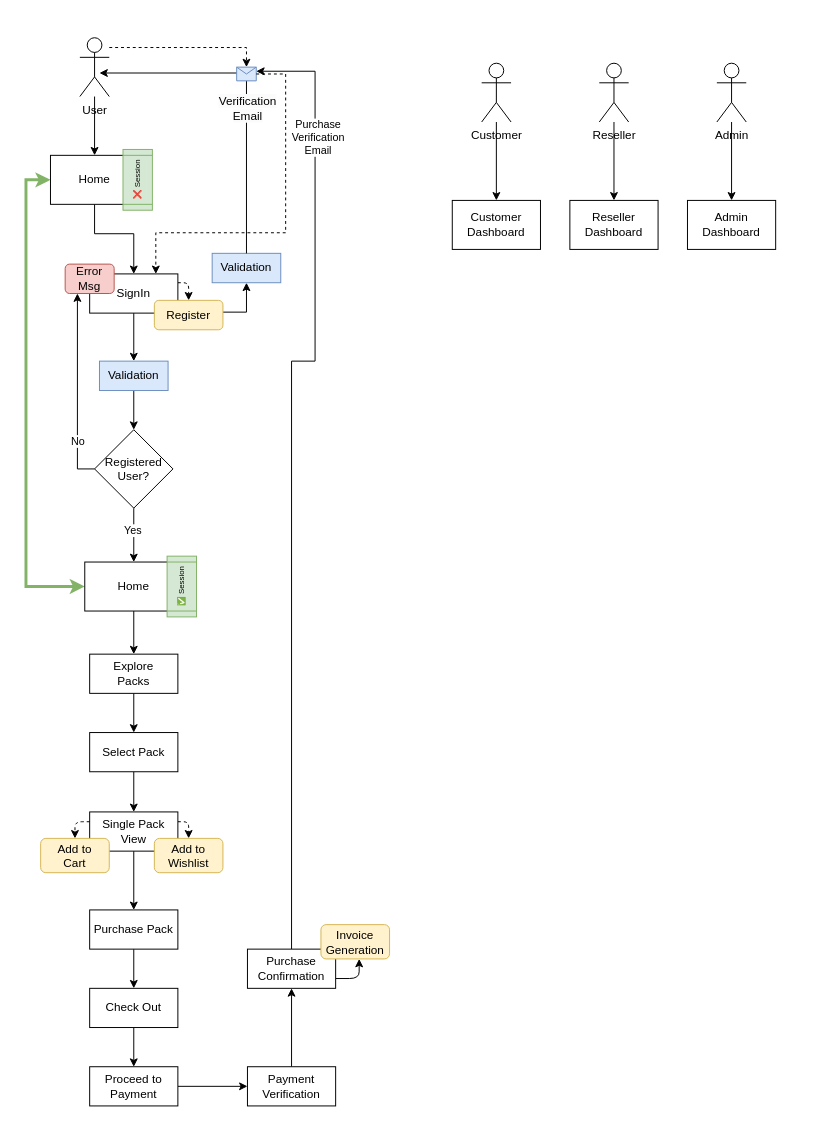
Above: NovaTop.drawio in UpekHansaja/draw.io (draw.io), before the change. Source tidied: cells renumbered, new cells numbered last; positions are measured from the earlier drawing's top-left corner, leaving out a move shared by most shapes. Both pictures are drawn from the tidied source at 98%, with x=0, y=0 at pixel (25, 37).
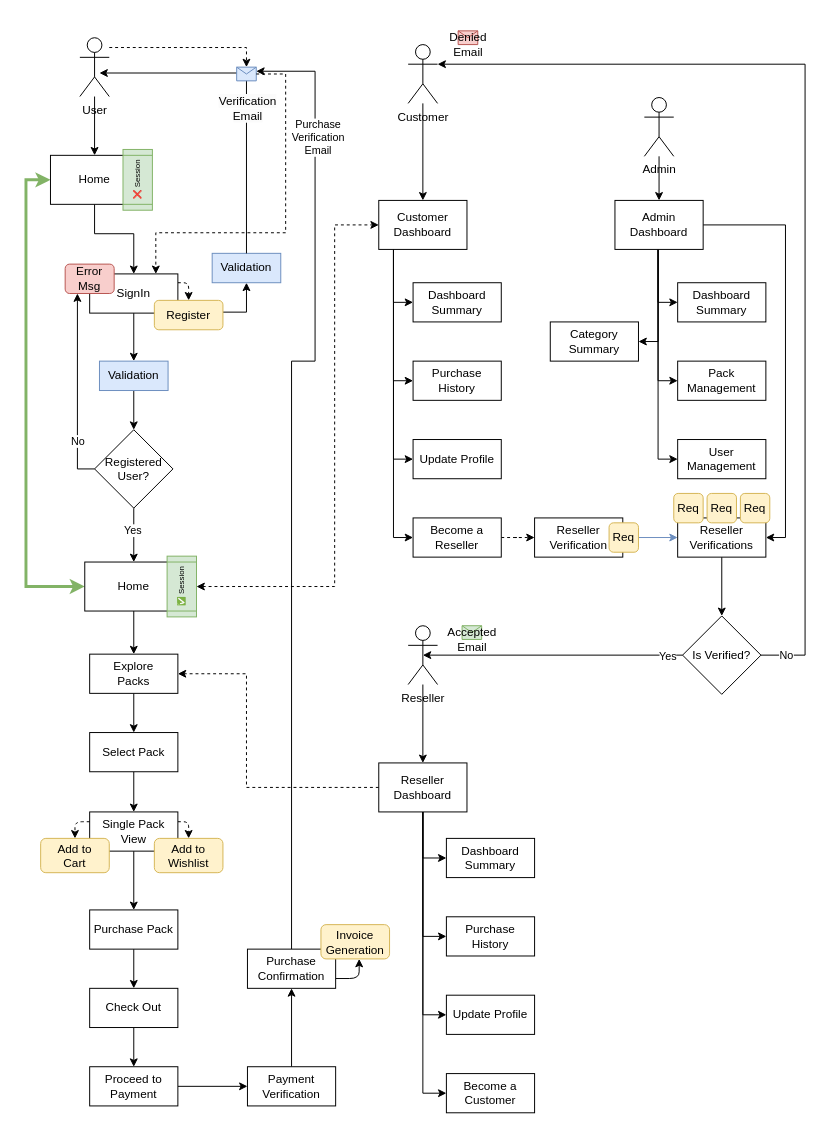
The same diagram, later.

Unchanged cells that the change refers to:
```xml
<mxCell id="15" style="endArrow=classic;html=1;rounded=0;exitX=0.5;exitY=0;exitDx=0;exitDy=0;" parent="1" edge="1" source="14">
  <mxGeometry relative="1" as="geometry">
    <mxPoint x="75" y="36" as="targetPoint" />
    <Array as="points">
      <mxPoint x="225" y="36" />
    </Array>
  </mxGeometry>
</mxCell>
<mxCell id="34" value="&lt;p style=&quot;line-height: 70%;&quot;&gt;&lt;font style=&quot;font-size: 8px;&quot;&gt;✅ Session&lt;/font&gt;&lt;/p&gt;" style="shape=process;whiteSpace=wrap;html=1;backgroundOutline=1;fillColor=#d5e8d4;strokeColor=#82b366;rotation=-90;" parent="1" vertex="1">
  <mxGeometry x="128" y="545" width="62" height="30" as="geometry" />
</mxCell>
<mxCell id="40" value="Explore&lt;div&gt;Packs&lt;/div&gt;" style="rounded=0;whiteSpace=wrap;html=1;" parent="1" vertex="1">
  <mxGeometry x="65" y="629" width="90" height="40" as="geometry" />
</mxCell>
```

Diff of the diagram source:
```diff
@@
     <mxCell id="6" value="Reseller" style="shape=umlActor;verticalLabelPosition=bottom;verticalAlign=top;html=1;outlineConnect=0;" parent="1" vertex="1">
-      <mxGeometry x="585" y="26" width="30" height="60" as="geometry" />
+      <mxGeometry x="390" y="600" width="30" height="60" as="geometry" />
     </mxCell>
@@
     <mxCell id="8" value="Admin" style="shape=umlActor;verticalLabelPosition=bottom;verticalAlign=top;html=1;outlineConnect=0;" parent="1" vertex="1">
-      <mxGeometry x="705" y="26" width="30" height="60" as="geometry" />
+      <mxGeometry x="631" y="61" width="30" height="60" as="geometry" />
     </mxCell>
@@
+    <mxCell id="62" value="&lt;div&gt;&lt;br&gt;&lt;/div&gt;Accepted&lt;div&gt;Email&lt;/div&gt;" style="shape=message;html=1;fillColor=#d5e8d4;strokeColor=#82b366;" parent="15" vertex="1">
+      <mxGeometry width="20" height="14" relative="1" as="geometry">
+        <mxPoint x="220" y="547" as="offset" />
+      </mxGeometry>
+    </mxCell>
+    <mxCell id="63" value="&lt;div&gt;&lt;br&gt;&lt;/div&gt;Denied&lt;br&gt;&lt;div&gt;Email&lt;/div&gt;" style="shape=message;html=1;fillColor=#f8cecc;strokeColor=#b85450;" parent="15" vertex="1">
+      <mxGeometry width="20" height="14" relative="1" as="geometry">
+        <mxPoint x="216" y="-60" as="offset" />
+      </mxGeometry>
+    </mxCell>
@@
+    <mxCell id="64" style="edgeStyle=orthogonalEdgeStyle;rounded=0;jettySize=auto;html=1;entryX=0;entryY=0.5;entryDx=0;entryDy=0;" parent="1" edge="1" source="32" target="79">
+      <mxGeometry relative="1" as="geometry">
+        <Array as="points">
+          <mxPoint x="375" y="270" />
+        </Array>
+      </mxGeometry>
+    </mxCell>
+    <mxCell id="65" style="edgeStyle=orthogonalEdgeStyle;rounded=0;jettySize=auto;html=1;entryX=0;entryY=0.5;entryDx=0;entryDy=0;" parent="1" edge="1" source="32" target="80">
+      <mxGeometry relative="1" as="geometry">
+        <Array as="points">
+          <mxPoint x="375" y="350" />
+        </Array>
+      </mxGeometry>
+    </mxCell>
+    <mxCell id="66" style="edgeStyle=orthogonalEdgeStyle;rounded=0;jettySize=auto;html=1;entryX=0;entryY=0.5;entryDx=0;entryDy=0;" parent="1" edge="1" source="32" target="81">
+      <mxGeometry relative="1" as="geometry">
+        <Array as="points">
+          <mxPoint x="375" y="430" />
+        </Array>
+      </mxGeometry>
+    </mxCell>
+    <mxCell id="67" style="edgeStyle=orthogonalEdgeStyle;rounded=0;jettySize=auto;html=1;entryX=0;entryY=0.5;entryDx=0;entryDy=0;" parent="1" edge="1" source="32" target="83">
+      <mxGeometry relative="1" as="geometry">
+        <Array as="points">
+          <mxPoint x="375" y="510" />
+        </Array>
+      </mxGeometry>
+    </mxCell>
     <mxCell id="32" value="Customer&lt;div&gt;Dashboard&lt;/div&gt;" style="rounded=0;whiteSpace=wrap;html=1;" parent="1" vertex="1">
-      <mxGeometry x="435" y="166" width="90" height="50" as="geometry" />
+      <mxGeometry x="360" y="166" width="90" height="50" as="geometry" />
     </mxCell>
@@
+    <mxCell id="68" style="edgeStyle=orthogonalEdgeStyle;rounded=0;jettySize=auto;html=1;entryX=0;entryY=0.5;entryDx=0;entryDy=0;startArrow=classic;startFill=1;dashed=1;" parent="1" edge="1" source="34" target="32">
+      <mxGeometry relative="1" as="geometry">
+        <Array as="points">
+          <mxPoint x="315" y="560" />
+          <mxPoint x="315" y="191" />
+        </Array>
+      </mxGeometry>
+    </mxCell>
@@
     <mxCell id="36" value="Customer" style="shape=umlActor;verticalLabelPosition=bottom;verticalAlign=top;html=1;outlineConnect=0;" parent="1" vertex="1">
-      <mxGeometry x="465" y="26" width="30" height="60" as="geometry" />
+      <mxGeometry x="390" y="7" width="30" height="60" as="geometry" />
     </mxCell>
+    <mxCell id="69" style="edgeStyle=orthogonalEdgeStyle;rounded=0;jettySize=auto;html=1;entryX=1;entryY=0.5;entryDx=0;entryDy=0;dashed=1;" parent="1" edge="1" source="37" target="40">
+      <mxGeometry relative="1" as="geometry">
+        <Array as="points">
+          <mxPoint x="225" y="765" />
+          <mxPoint x="225" y="649" />
+        </Array>
+      </mxGeometry>
+    </mxCell>
+    <mxCell id="70" style="edgeStyle=orthogonalEdgeStyle;rounded=0;jettySize=auto;html=1;entryX=0;entryY=0.5;entryDx=0;entryDy=0;" parent="1" edge="1" source="37" target="101">
+      <mxGeometry relative="1" as="geometry" />
+    </mxCell>
+    <mxCell id="71" style="edgeStyle=orthogonalEdgeStyle;rounded=0;jettySize=auto;html=1;entryX=0;entryY=0.5;entryDx=0;entryDy=0;" parent="1" edge="1" source="37" target="102">
+      <mxGeometry relative="1" as="geometry" />
+    </mxCell>
+    <mxCell id="72" style="edgeStyle=orthogonalEdgeStyle;rounded=0;jettySize=auto;html=1;entryX=0;entryY=0.5;entryDx=0;entryDy=0;" parent="1" edge="1" source="37" target="103">
+      <mxGeometry relative="1" as="geometry" />
+    </mxCell>
+    <mxCell id="73" style="edgeStyle=orthogonalEdgeStyle;rounded=0;jettySize=auto;html=1;entryX=0;entryY=0.5;entryDx=0;entryDy=0;" parent="1" edge="1" source="37" target="104">
+      <mxGeometry relative="1" as="geometry" />
+    </mxCell>
     <mxCell id="37" value="Reseller&lt;div&gt;Dashboard&lt;/div&gt;" style="rounded=0;whiteSpace=wrap;html=1;" parent="1" vertex="1">
-      <mxGeometry x="555" y="166" width="90" height="50" as="geometry" />
+      <mxGeometry x="360" y="740" width="90" height="50" as="geometry" />
     </mxCell>
+    <mxCell id="74" style="edgeStyle=orthogonalEdgeStyle;rounded=0;jettySize=auto;html=1;entryX=0;entryY=0.5;entryDx=0;entryDy=0;" parent="1" edge="1" source="38" target="86">
+      <mxGeometry relative="1" as="geometry">
+        <Array as="points">
+          <mxPoint x="645" y="270" />
+        </Array>
+      </mxGeometry>
+    </mxCell>
+    <mxCell id="75" style="edgeStyle=orthogonalEdgeStyle;rounded=0;jettySize=auto;html=1;entryX=0;entryY=0.5;entryDx=0;entryDy=0;" parent="1" edge="1" source="38" target="87">
+      <mxGeometry relative="1" as="geometry">
+        <Array as="points">
+          <mxPoint x="645" y="350" />
+        </Array>
+      </mxGeometry>
+    </mxCell>
+    <mxCell id="76" style="edgeStyle=orthogonalEdgeStyle;rounded=0;jettySize=auto;html=1;entryX=0;entryY=0.5;entryDx=0;entryDy=0;" parent="1" edge="1" source="38" target="88">
+      <mxGeometry relative="1" as="geometry">
+        <Array as="points">
+          <mxPoint x="645" y="430" />
+        </Array>
+      </mxGeometry>
+    </mxCell>
+    <mxCell id="77" style="edgeStyle=orthogonalEdgeStyle;rounded=0;jettySize=auto;html=1;entryX=1;entryY=0.5;entryDx=0;entryDy=0;" parent="1" edge="1" source="38" target="90">
+      <mxGeometry relative="1" as="geometry">
+        <Array as="points">
+          <mxPoint x="775" y="191" />
+          <mxPoint x="775" y="510" />
+        </Array>
+      </mxGeometry>
+    </mxCell>
+    <mxCell id="78" style="edgeStyle=orthogonalEdgeStyle;rounded=0;jettySize=auto;html=1;entryX=1;entryY=0.5;entryDx=0;entryDy=0;" parent="1" edge="1" source="38" target="100">
+      <mxGeometry relative="1" as="geometry">
+        <Array as="points">
+          <mxPoint x="645" y="310" />
+        </Array>
+      </mxGeometry>
+    </mxCell>
     <mxCell id="38" value="Admin&lt;div&gt;Dashboard&lt;/div&gt;" style="rounded=0;whiteSpace=wrap;html=1;" parent="1" vertex="1">
-      <mxGeometry x="675" y="166" width="90" height="50" as="geometry" />
+      <mxGeometry x="601" y="166" width="90" height="50" as="geometry" />
     </mxCell>
@@
+    <mxCell id="79" value="Dashboard Summary" style="rounded=0;whiteSpace=wrap;html=1;" parent="1" vertex="1">
+      <mxGeometry x="395" y="250" width="90" height="40" as="geometry" />
+    </mxCell>
+    <mxCell id="80" value="Purchase&lt;div&gt;History&lt;/div&gt;" style="rounded=0;whiteSpace=wrap;html=1;" parent="1" vertex="1">
+      <mxGeometry x="395" y="330" width="90" height="40" as="geometry" />
+    </mxCell>
+    <mxCell id="81" value="Update Profile" style="rounded=0;whiteSpace=wrap;html=1;" parent="1" vertex="1">
+      <mxGeometry x="395" y="410" width="90" height="40" as="geometry" />
+    </mxCell>
+    <mxCell id="82" style="edgeStyle=orthogonalEdgeStyle;rounded=0;jettySize=auto;html=1;dashed=1;" parent="1" edge="1" source="83" target="85">
+      <mxGeometry relative="1" as="geometry" />
+    </mxCell>
+    <mxCell id="83" value="Become a Reseller" style="rounded=0;whiteSpace=wrap;html=1;" parent="1" vertex="1">
+      <mxGeometry x="395" y="490" width="90" height="40" as="geometry" />
+    </mxCell>
+    <mxCell id="84" style="edgeStyle=orthogonalEdgeStyle;rounded=0;jettySize=auto;html=1;entryX=0;entryY=0.5;entryDx=0;entryDy=0;fillColor=#dae8fc;strokeColor=#6c8ebf;" parent="1" edge="1" source="85" target="90">
+      <mxGeometry relative="1" as="geometry" />
+    </mxCell>
+    <mxCell id="85" value="Reseller Verification" style="rounded=0;whiteSpace=wrap;html=1;" parent="1" vertex="1">
+      <mxGeometry x="519" y="490" width="90" height="40" as="geometry" />
+    </mxCell>
+    <mxCell id="86" value="Dashboard Summary" style="rounded=0;whiteSpace=wrap;html=1;" parent="1" vertex="1">
+      <mxGeometry x="665" y="250" width="90" height="40" as="geometry" />
+    </mxCell>
+    <mxCell id="87" value="Pack Management" style="rounded=0;whiteSpace=wrap;html=1;" parent="1" vertex="1">
+      <mxGeometry x="665" y="330" width="90" height="40" as="geometry" />
+    </mxCell>
+    <mxCell id="88" value="User Management" style="rounded=0;whiteSpace=wrap;html=1;" parent="1" vertex="1">
+      <mxGeometry x="665" y="410" width="90" height="40" as="geometry" />
+    </mxCell>
+    <mxCell id="89" style="edgeStyle=orthogonalEdgeStyle;rounded=0;jettySize=auto;html=1;" parent="1" edge="1" source="90" target="95">
+      <mxGeometry relative="1" as="geometry" />
+    </mxCell>
+    <mxCell id="90" value="Reseller Verifications" style="rounded=0;whiteSpace=wrap;html=1;" parent="1" vertex="1">
+      <mxGeometry x="665" y="490" width="90" height="40" as="geometry" />
+    </mxCell>
+    <mxCell id="91" value="Req" style="rounded=1;whiteSpace=wrap;html=1;fillColor=#fff2cc;strokeColor=#d6b656;" parent="1" vertex="1">
+      <mxGeometry x="595" y="495" width="30" height="30" as="geometry" />
+    </mxCell>
+    <mxCell id="92" value="Req" style="rounded=1;whiteSpace=wrap;html=1;fillColor=#fff2cc;strokeColor=#d6b656;" parent="1" vertex="1">
+      <mxGeometry x="661" y="465" width="30" height="30" as="geometry" />
+    </mxCell>
+    <mxCell id="93" value="Req" style="rounded=1;whiteSpace=wrap;html=1;fillColor=#fff2cc;strokeColor=#d6b656;" parent="1" vertex="1">
+      <mxGeometry x="695" y="465" width="30" height="30" as="geometry" />
+    </mxCell>
+    <mxCell id="94" value="Req" style="rounded=1;whiteSpace=wrap;html=1;fillColor=#fff2cc;strokeColor=#d6b656;" parent="1" vertex="1">
+      <mxGeometry x="729" y="465" width="30" height="30" as="geometry" />
+    </mxCell>
+    <mxCell id="95" value="Is Verified?" style="rhombus;whiteSpace=wrap;html=1;" parent="1" vertex="1">
+      <mxGeometry x="670" y="590" width="80" height="80" as="geometry" />
+    </mxCell>
+    <mxCell id="96" style="edgeStyle=orthogonalEdgeStyle;rounded=0;jettySize=auto;html=1;entryX=0.5;entryY=0.5;entryDx=0;entryDy=0;entryPerimeter=0;" parent="1" edge="1" source="95" target="6">
+      <mxGeometry relative="1" as="geometry" />
+    </mxCell>
+    <mxCell id="97" value="Yes" style="edgeLabel;html=1;align=center;verticalAlign=middle;" parent="96" vertex="1">
+      <mxGeometry x="-0.11" relative="1" as="geometry">
+        <mxPoint x="102" as="offset" />
+      </mxGeometry>
+    </mxCell>
+    <mxCell id="98" style="edgeStyle=orthogonalEdgeStyle;rounded=0;jettySize=auto;html=1;entryX=1;entryY=0.3333333333333333;entryDx=0;entryDy=0;entryPerimeter=0;" parent="1" edge="1" source="95" target="36">
+      <mxGeometry relative="1" as="geometry">
+        <Array as="points">
+          <mxPoint x="795" y="630" />
+          <mxPoint x="795" y="27" />
+        </Array>
+      </mxGeometry>
+    </mxCell>
+    <mxCell id="99" value="No" style="edgeLabel;html=1;align=center;verticalAlign=middle;" parent="98" vertex="1">
+      <mxGeometry x="-0.92" y="1" relative="1" as="geometry">
+        <mxPoint x="-16" as="offset" />
+      </mxGeometry>
+    </mxCell>
+    <mxCell id="100" value="Category Summary" style="rounded=0;whiteSpace=wrap;html=1;" parent="1" vertex="1">
+      <mxGeometry x="535" y="290" width="90" height="40" as="geometry" />
+    </mxCell>
+    <mxCell id="101" value="Dashboard Summary" style="rounded=0;whiteSpace=wrap;html=1;" parent="1" vertex="1">
+      <mxGeometry x="429" y="817" width="90" height="40" as="geometry" />
+    </mxCell>
+    <mxCell id="102" value="Purchase&lt;div&gt;History&lt;/div&gt;" style="rounded=0;whiteSpace=wrap;html=1;" parent="1" vertex="1">
+      <mxGeometry x="429" y="897" width="90" height="40" as="geometry" />
+    </mxCell>
+    <mxCell id="103" value="Update Profile" style="rounded=0;whiteSpace=wrap;html=1;" parent="1" vertex="1">
+      <mxGeometry x="429" y="977" width="90" height="40" as="geometry" />
+    </mxCell>
+    <mxCell id="104" value="Become a Customer" style="rounded=0;whiteSpace=wrap;html=1;" parent="1" vertex="1">
+      <mxGeometry x="429" y="1057" width="90" height="40" as="geometry" />
+    </mxCell>
```
